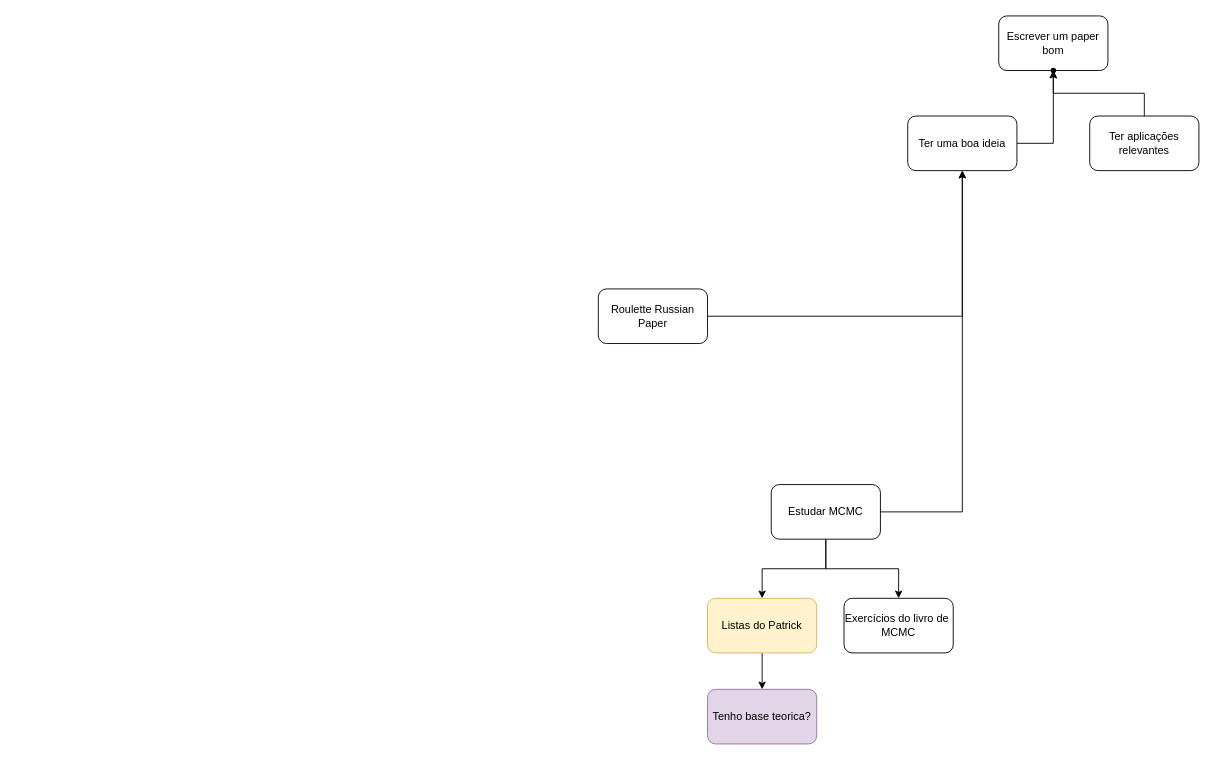
Before: Untitled Diagram.drawio in wellington36/beginner, a draw.io diagram. Source tidied: cells renumbered, new cells numbered last; positions are measured from the earlier drawing's top-left corner, leaving out a move shared by most shapes. Both pictures are drawn from the tidied source at 91%, with x=0, y=0 at pixel (598, 15).
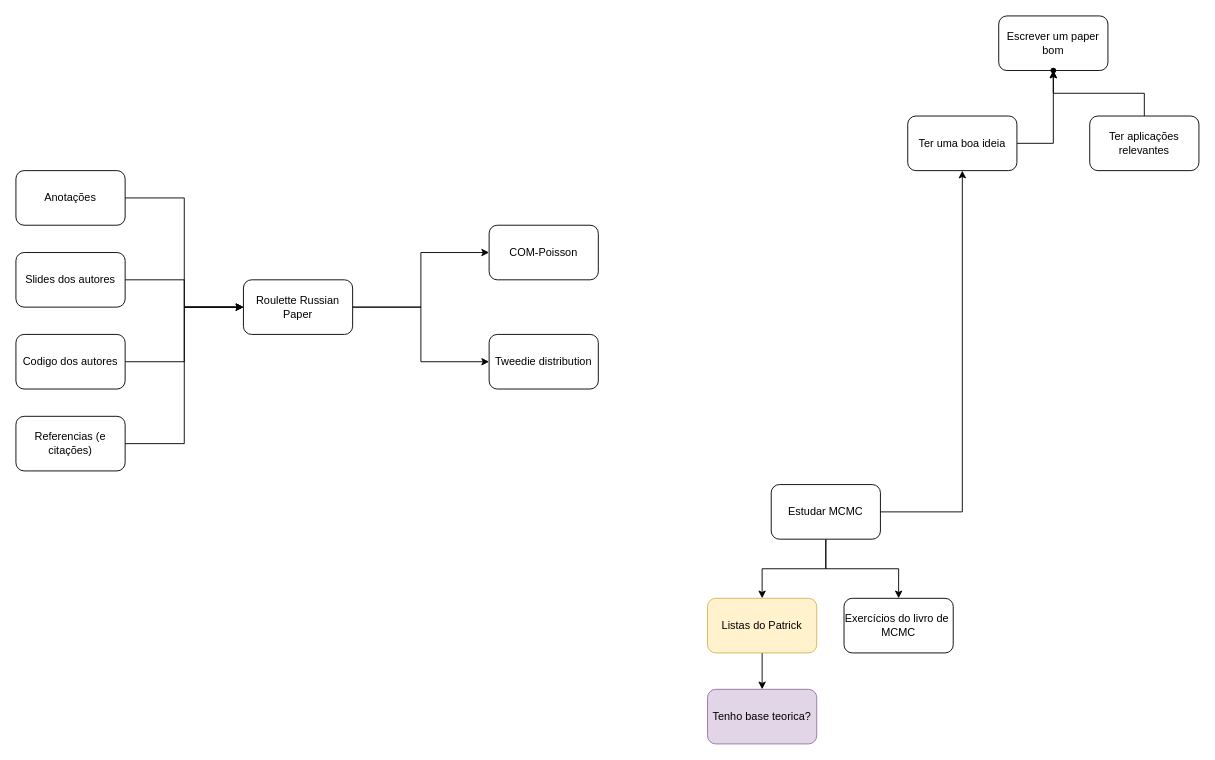
Above is the later version.

Unchanged cells that the change refers to:
```xml
<mxCell id="13" value="Ter uma boa ideia" style="rounded=1;whiteSpace=wrap;html=1;" parent="1" vertex="1">
  <mxGeometry x="340" y="110" width="120" height="60" as="geometry" />
</mxCell>
```

Diff of the diagram source:
```diff
@@
-    <mxCell id="16" style="edgeStyle=orthogonalEdgeStyle;rounded=0;jettySize=auto;html=1;" parent="1" edge="1" source="17" target="13">
-      <mxGeometry relative="1" as="geometry" />
-    </mxCell>
+    <mxCell id="18" style="edgeStyle=orthogonalEdgeStyle;rounded=0;jettySize=auto;html=1;entryX=0;entryY=0.5;entryDx=0;entryDy=0;" parent="1" edge="1" source="17" target="28">
+      <mxGeometry relative="1" as="geometry" />
+    </mxCell>
+    <mxCell id="19" style="edgeStyle=orthogonalEdgeStyle;rounded=0;jettySize=auto;html=1;entryX=0;entryY=0.5;entryDx=0;entryDy=0;" parent="1" edge="1" source="17" target="29">
+      <mxGeometry relative="1" as="geometry" />
+    </mxCell>
     <mxCell id="17" value="Roulette Russian Paper" style="rounded=1;whiteSpace=wrap;html=1;" parent="1" vertex="1">
-      <mxGeometry y="300" width="120" height="60" as="geometry" />
+      <mxGeometry x="-390" y="290" width="120" height="60" as="geometry" />
     </mxCell>
+    <mxCell id="20" style="edgeStyle=orthogonalEdgeStyle;rounded=0;jettySize=auto;html=1;entryX=0;entryY=0.5;entryDx=0;entryDy=0;" parent="1" edge="1" source="21" target="17">
+      <mxGeometry relative="1" as="geometry" />
+    </mxCell>
+    <mxCell id="21" value="Anotações" style="rounded=1;whiteSpace=wrap;html=1;" parent="1" vertex="1">
+      <mxGeometry x="-640" y="170" width="120" height="60" as="geometry" />
+    </mxCell>
+    <mxCell id="22" style="edgeStyle=orthogonalEdgeStyle;rounded=0;jettySize=auto;html=1;entryX=0;entryY=0.5;entryDx=0;entryDy=0;" parent="1" edge="1" source="23" target="17">
+      <mxGeometry relative="1" as="geometry" />
+    </mxCell>
+    <mxCell id="23" value="Slides dos autores" style="rounded=1;whiteSpace=wrap;html=1;" parent="1" vertex="1">
+      <mxGeometry x="-640" y="260" width="120" height="60" as="geometry" />
+    </mxCell>
+    <mxCell id="24" style="edgeStyle=orthogonalEdgeStyle;rounded=0;jettySize=auto;html=1;" parent="1" edge="1" source="25" target="17">
+      <mxGeometry relative="1" as="geometry" />
+    </mxCell>
+    <mxCell id="25" value="Codigo dos autores" style="rounded=1;whiteSpace=wrap;html=1;" parent="1" vertex="1">
+      <mxGeometry x="-640" y="350" width="120" height="60" as="geometry" />
+    </mxCell>
+    <mxCell id="26" style="edgeStyle=orthogonalEdgeStyle;rounded=0;jettySize=auto;html=1;entryX=0;entryY=0.5;entryDx=0;entryDy=0;" parent="1" edge="1" source="27" target="17">
+      <mxGeometry relative="1" as="geometry" />
+    </mxCell>
+    <mxCell id="27" value="Referencias (e citações)" style="rounded=1;whiteSpace=wrap;html=1;" parent="1" vertex="1">
+      <mxGeometry x="-640" y="440" width="120" height="60" as="geometry" />
+    </mxCell>
+    <mxCell id="28" value="COM-Poisson" style="rounded=1;whiteSpace=wrap;html=1;" parent="1" vertex="1">
+      <mxGeometry x="-120" y="230" width="120" height="60" as="geometry" />
+    </mxCell>
+    <mxCell id="29" value="Twee&lt;span style=&quot;background-color: transparent; color: light-dark(rgb(0, 0, 0), rgb(255, 255, 255));&quot;&gt;die distribution&lt;/span&gt;" style="rounded=1;whiteSpace=wrap;html=1;" parent="1" vertex="1">
+      <mxGeometry x="-120" y="350" width="120" height="60" as="geometry" />
+    </mxCell>
```
